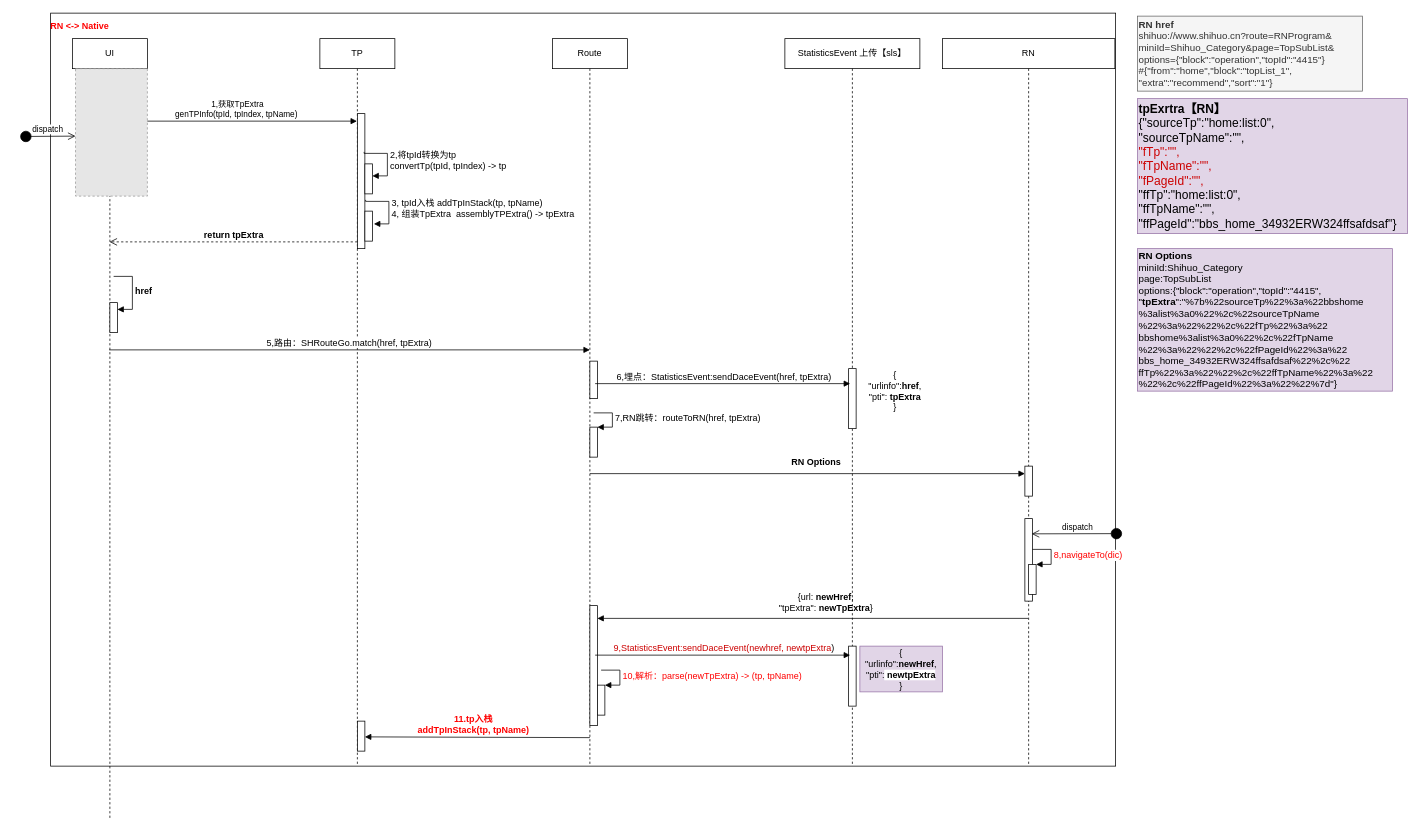
Above: ios客户端埋点方案V2-2.drawio in aiquantong/Hero (draw.io), before the change. Source tidied: cells renumbered, new cells numbered last; positions are measured from the earlier drawing's top-left corner, leaving out a move shared by most shapes. Both pictures are drawn from the tidied source at 75%, with x=0, y=0 at pixel (20, 13). Pictures stored in the file or linked from it are replaced by grey dashed boxes.
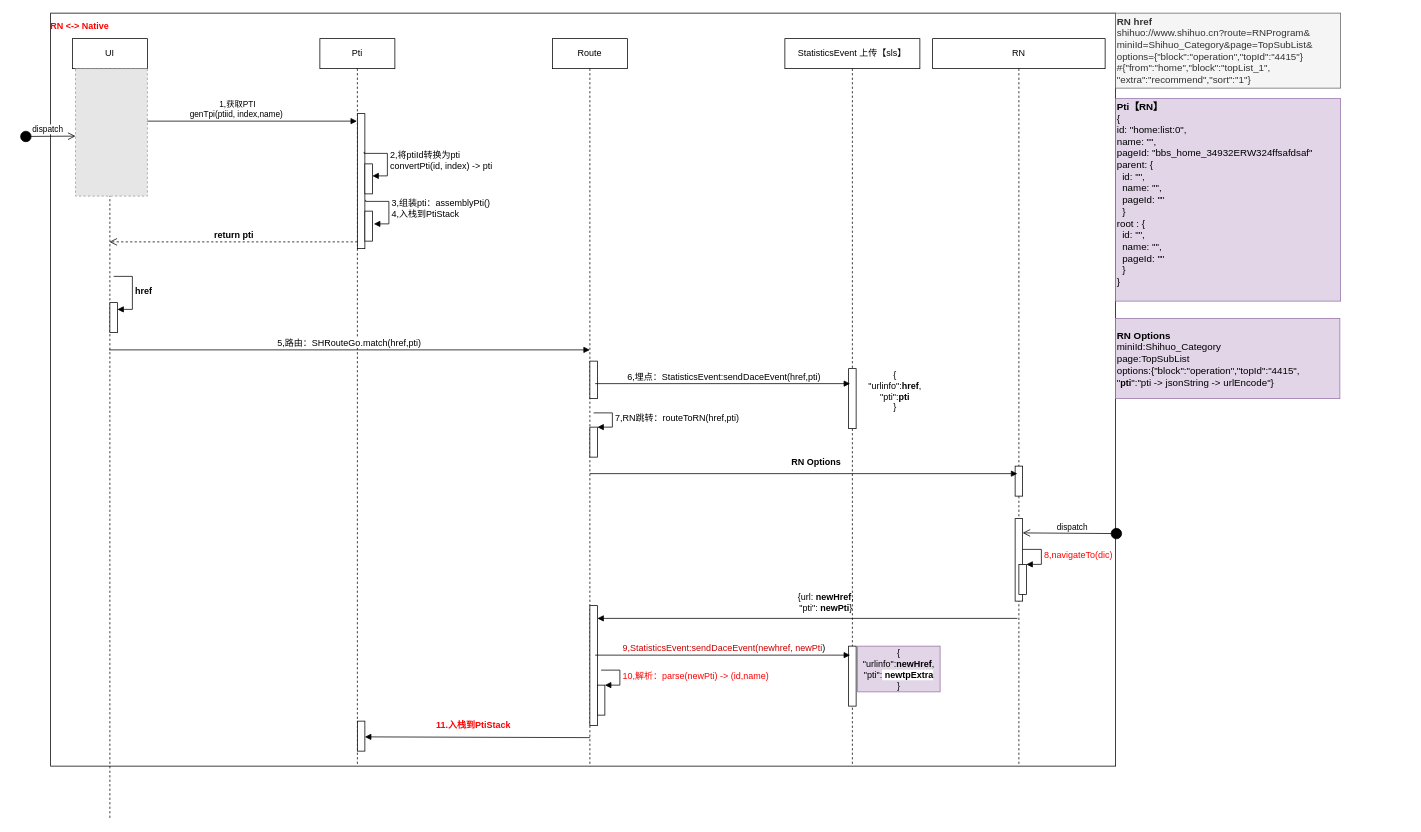
After the change.

Commit message:
Update ios客户端埋点方案V2-2.drawio

Unchanged cells that the change refers to:
```xml
<mxCell id="3" value="UI" style="shape=umlLifeline;perimeter=lifelinePerimeter;whiteSpace=wrap;html=1;outlineConnect=0;" parent="1" vertex="1">
  <mxGeometry x="70" y="34" width="100" height="1040" as="geometry" />
</mxCell>
<mxCell id="8" style="html=1;points=[];perimeter=orthogonalPerimeter;fontSize=12;" parent="7" vertex="1">
  <mxGeometry x="50" y="100" width="10" height="180" as="geometry" />
</mxCell>
<mxCell id="14" value="Route" style="shape=umlLifeline;perimeter=lifelinePerimeter;whiteSpace=wrap;html=1;" parent="1" vertex="1">
  <mxGeometry x="710" y="34" width="100" height="970" as="geometry" />
</mxCell>
<mxCell id="16" style="html=1;points=[];perimeter=orthogonalPerimeter;fontSize=12;align=left;" parent="14" vertex="1">
  <mxGeometry x="50" y="518" width="10" height="40" as="geometry" />
</mxCell>
<mxCell id="19" style="html=1;points=[];perimeter=orthogonalPerimeter;fontSize=12;fontColor=#FF0000;align=left;" parent="14" vertex="1">
  <mxGeometry x="60" y="862" width="10" height="40" as="geometry" />
</mxCell>
<mxCell id="32" style="html=1;points=[];perimeter=orthogonalPerimeter;fontSize=12;align=left;" parent="30" vertex="1">
  <mxGeometry x="110" y="640" width="10" height="110" as="geometry" />
</mxCell>
```

Diff of the diagram source:
```diff
@@
-    <mxCell id="7" value="TP" style="shape=umlLifeline;perimeter=lifelinePerimeter;whiteSpace=wrap;html=1;outlineConnect=0;" parent="1" vertex="1">
+    <mxCell id="7" value="Pti" style="shape=umlLifeline;perimeter=lifelinePerimeter;whiteSpace=wrap;html=1;outlineConnect=0;" parent="1" vertex="1">
       <mxGeometry x="400" y="34" width="100" height="970" as="geometry" />
     </mxCell>
@@
-    <mxCell id="10" value="2,将tpId转换为tp&lt;br&gt;convertTp(tpId, tpIndex) -&amp;gt; tp&amp;nbsp;" style="edgeStyle=orthogonalEdgeStyle;html=1;align=left;spacingLeft=2;endArrow=block;rounded=0;entryX=1;entryY=0;fontSize=12;exitX=0.9;exitY=0.292;exitDx=0;exitDy=0;exitPerimeter=0;" parent="7" edge="1">
+    <mxCell id="10" value="2,将ptiId转换为pti&lt;br&gt;convertPti(id, index) -&amp;gt; pti&amp;nbsp;" style="edgeStyle=orthogonalEdgeStyle;html=1;align=left;spacingLeft=2;endArrow=block;rounded=0;entryX=1;entryY=0;fontSize=12;exitX=0.9;exitY=0.292;exitDx=0;exitDy=0;exitPerimeter=0;" parent="7" edge="1">
       <mxGeometry relative="1" as="geometry">
         <mxPoint x="59" y="151" as="sourcePoint" />
         <mxPoint x="70" y="183" as="targetPoint" />
         <Array as="points">
           <mxPoint x="59" y="153" />
           <mxPoint x="90" y="153" />
           <mxPoint x="90" y="183" />
         </Array>
       </mxGeometry>
     </mxCell>
@@
-    <mxCell id="12" value="1,获取TpExtra&lt;br&gt;genTPInfo(tpId, tpIndex, tpName)&amp;nbsp;" style="html=1;verticalAlign=bottom;endArrow=block;" parent="1" edge="1" target="7">
+    <mxCell id="12" value="1,获取PTI&lt;br&gt;genTpi(ptiid, index,name)&amp;nbsp;" style="html=1;verticalAlign=bottom;endArrow=block;" parent="1" edge="1" target="7">
       <mxGeometry relative="1" as="geometry">
         <mxPoint x="130" y="144" as="sourcePoint" />
       </mxGeometry>
     </mxCell>
-    <mxCell id="13" value="&lt;b&gt;return tpExtra&lt;/b&gt;" style="html=1;verticalAlign=bottom;endArrow=open;dashed=1;endSize=8;exitX=0;exitY=0.95;fontSize=12;" parent="1" edge="1" source="8" target="3">
+    <mxCell id="13" value="&lt;b&gt;return pti&lt;/b&gt;" style="html=1;verticalAlign=bottom;endArrow=open;dashed=1;endSize=8;exitX=0;exitY=0.95;fontSize=12;" parent="1" edge="1" source="8" target="3">
       <mxGeometry relative="1" as="geometry" />
     </mxCell>
@@
-    <mxCell id="17" value="7,RN跳转：routeToRN(href, tpExtra)" style="edgeStyle=orthogonalEdgeStyle;html=1;align=left;spacingLeft=2;endArrow=block;rounded=0;entryX=1;entryY=0;fontSize=12;" parent="14" edge="1" target="16">
+    <mxCell id="17" value="7,RN跳转：routeToRN(href,pti)" style="edgeStyle=orthogonalEdgeStyle;html=1;align=left;spacingLeft=2;endArrow=block;rounded=0;entryX=1;entryY=0;fontSize=12;" parent="14" edge="1" target="16">
       <mxGeometry relative="1" as="geometry">
         <mxPoint x="55" y="499" as="sourcePoint" />
         <Array as="points">
           <mxPoint x="80" y="499" />
         </Array>
       </mxGeometry>
     </mxCell>
@@
-    <mxCell id="20" value="10,解析：parse(newTpExtra) -&amp;gt; (tp, tpName)" style="edgeStyle=orthogonalEdgeStyle;html=1;align=left;spacingLeft=2;endArrow=block;rounded=0;entryX=1;entryY=0;fontSize=12;fontColor=#FF0000;" parent="14" edge="1" target="19">
+    <mxCell id="20" value="10,解析：parse(newPti) -&amp;gt; (id,name)" style="edgeStyle=orthogonalEdgeStyle;html=1;align=left;spacingLeft=2;endArrow=block;rounded=0;entryX=1;entryY=0;fontSize=12;fontColor=#FF0000;" parent="14" edge="1" target="19">
       <mxGeometry relative="1" as="geometry">
         <mxPoint x="65" y="842" as="sourcePoint" />
         <Array as="points">
           <mxPoint x="90" y="842" />
         </Array>
       </mxGeometry>
     </mxCell>
-    <mxCell id="21" value="5,路由：SHRouteGo.match(href, tpExtra)" style="html=1;verticalAlign=bottom;endArrow=block;entryX=0;entryY=0;fontSize=12;" parent="1" edge="1">
+    <mxCell id="21" value="5,路由：SHRouteGo.match(href,pti)" style="html=1;verticalAlign=bottom;endArrow=block;entryX=0;entryY=0;fontSize=12;" parent="1" edge="1">
       <mxGeometry relative="1" as="geometry">
         <mxPoint x="119.1" y="449" as="sourcePoint" />
         <mxPoint x="760" y="449" as="targetPoint" />
       </mxGeometry>
     </mxCell>
@@
-    <mxCell id="25" value="&amp;nbsp;6,埋点：StatisticsEvent:sendDaceEvent(href, tpExtra)" style="html=1;verticalAlign=bottom;endArrow=block;fontSize=12;" parent="1" edge="1">
+    <mxCell id="25" value="&amp;nbsp;6,埋点：StatisticsEvent:sendDaceEvent(href,pti)" style="html=1;verticalAlign=bottom;endArrow=block;fontSize=12;" parent="1" edge="1">
       <mxGeometry relative="1" as="geometry">
         <mxPoint x="767" y="494" as="sourcePoint" />
         <mxPoint x="1107" y="494" as="targetPoint" />
       </mxGeometry>
     </mxCell>
-    <mxCell id="26" value="{&lt;br&gt;&quot;urlinfo&quot;:&lt;b&gt;href&lt;/b&gt;,&lt;br&gt;&quot;pti&quot;:&lt;span style=&quot;background-color: rgb(255 , 255 , 255)&quot;&gt;&amp;nbsp;&lt;b&gt;tpExtra&lt;/b&gt;&lt;/span&gt;&lt;br&gt;}" style="text;html=1;strokeColor=none;fillColor=none;align=center;verticalAlign=middle;whiteSpace=wrap;rounded=0;fontSize=12;" parent="1" vertex="1">
+    <mxCell id="26" value="{&lt;br&gt;&quot;urlinfo&quot;:&lt;b&gt;href&lt;/b&gt;,&lt;br&gt;&quot;pti&quot;:&lt;span style=&quot;background-color: rgb(255 , 255 , 255)&quot;&gt;&lt;b&gt;pti&lt;/b&gt;&lt;/span&gt;&lt;br&gt;}" style="text;html=1;strokeColor=none;fillColor=none;align=center;verticalAlign=middle;whiteSpace=wrap;rounded=0;fontSize=12;" parent="1" vertex="1">
       <mxGeometry x="1117" y="474" width="100" height="60" as="geometry" />
     </mxCell>
@@
-    <mxCell id="28" value="3, tpId入栈 addTpInStack(tp, tpName)&amp;nbsp;&lt;br&gt;4, 组装TpExtra&amp;nbsp; assemblyTPExtra() -&amp;gt; tpExtra&amp;nbsp;" style="edgeStyle=orthogonalEdgeStyle;html=1;align=left;spacingLeft=2;endArrow=block;rounded=0;entryX=1;entryY=0;fontSize=12;exitX=0.9;exitY=0.292;exitDx=0;exitDy=0;exitPerimeter=0;" parent="1" edge="1">
+    <mxCell id="28" value="3,组装pti：assemblyPti()&amp;nbsp;&lt;br&gt;4,入栈到PtiStack" style="edgeStyle=orthogonalEdgeStyle;html=1;align=left;spacingLeft=2;endArrow=block;rounded=0;entryX=1;entryY=0;fontSize=12;exitX=0.9;exitY=0.292;exitDx=0;exitDy=0;exitPerimeter=0;" parent="1" edge="1">
       <mxGeometry relative="1" as="geometry">
         <mxPoint x="461" y="249" as="sourcePoint" />
         <mxPoint x="472" y="281" as="targetPoint" />
         <Array as="points">
           <mxPoint x="461" y="251" />
           <mxPoint x="492" y="251" />
           <mxPoint x="492" y="281" />
         </Array>
       </mxGeometry>
     </mxCell>
@@
     <mxCell id="30" value="RN" style="shape=umlLifeline;perimeter=lifelinePerimeter;whiteSpace=wrap;html=1;" parent="1" vertex="1">
-      <mxGeometry x="1230" y="34" width="230" height="970" as="geometry" />
+      <mxGeometry x="1217" y="34" width="230" height="970" as="geometry" />
     </mxCell>
@@
-    <mxCell id="35" value="&lt;span style=&quot;font-size: 13px;&quot;&gt;&lt;b style=&quot;font-size: 13px;&quot;&gt;RN Options&lt;/b&gt;&lt;br style=&quot;font-size: 13px;&quot;&gt;miniId:Shihuo_Category&lt;/span&gt;&lt;br style=&quot;padding: 0px; margin: 0px; font-size: 13px;&quot;&gt;&lt;span style=&quot;font-size: 13px;&quot;&gt;page:TopSubList&lt;/span&gt;&lt;br style=&quot;padding: 0px; margin: 0px; font-size: 13px;&quot;&gt;&lt;span style=&quot;font-size: 13px;&quot;&gt;options:{&quot;block&quot;:&quot;operation&quot;,&quot;topId&quot;:&quot;4415&quot;,&lt;/span&gt;&lt;br style=&quot;padding: 0px; margin: 0px; font-size: 13px;&quot;&gt;&lt;span style=&quot;font-size: 13px;&quot;&gt;&quot;&lt;b style=&quot;font-size: 13px;&quot;&gt;tpExtra&lt;/b&gt;&quot;:&quot;%7b%22sourceTp%22%3a%22bbshome&lt;/span&gt;&lt;br style=&quot;padding: 0px; margin: 0px; font-size: 13px;&quot;&gt;&lt;span style=&quot;font-size: 13px;&quot;&gt;%3alist%3a0%22%2c%22sourceTpName&lt;/span&gt;&lt;br style=&quot;padding: 0px; margin: 0px; font-size: 13px;&quot;&gt;&lt;span style=&quot;font-size: 13px;&quot;&gt;%22%3a%22%22%2c%22fTp%22%3a%22&lt;/span&gt;&lt;br style=&quot;padding: 0px; margin: 0px; font-size: 13px;&quot;&gt;&lt;span style=&quot;font-size: 13px;&quot;&gt;bbshome%3alist%3a0%22%2c%22fTpName&lt;/span&gt;&lt;br style=&quot;padding: 0px; margin: 0px; font-size: 13px;&quot;&gt;&lt;span style=&quot;font-size: 13px;&quot;&gt;%22%3a%22%22%2c%22fPageId%22%3a%22&lt;/span&gt;&lt;br style=&quot;padding: 0px; margin: 0px; font-size: 13px;&quot;&gt;&lt;span style=&quot;font-size: 13px;&quot;&gt;bbs_home_34932ERW324ffsafdsaf%22%2c%22&lt;/span&gt;&lt;br style=&quot;padding: 0px; margin: 0px; font-size: 13px;&quot;&gt;&lt;span style=&quot;font-size: 13px;&quot;&gt;ffTp%22%3a%22%22%2c%22ffTpName%22%3a%22&lt;/span&gt;&lt;br style=&quot;padding: 0px; margin: 0px; font-size: 13px;&quot;&gt;&lt;span style=&quot;font-size: 13px;&quot;&gt;%22%2c%22ffPageId%22%3a%22%22%7d&quot;}&lt;/span&gt;" style="text;html=1;strokeColor=#9673a6;fillColor=#e1d5e7;align=left;verticalAlign=middle;whiteSpace=wrap;rounded=0;fontSize=13;" parent="1" vertex="1">
-      <mxGeometry x="1490" y="314" width="340" height="190" as="geometry" />
+    <mxCell id="35" value="&lt;span style=&quot;font-size: 13px&quot;&gt;&lt;b style=&quot;font-size: 13px&quot;&gt;RN Options&lt;/b&gt;&lt;br style=&quot;font-size: 13px&quot;&gt;miniId:Shihuo_Category&lt;/span&gt;&lt;br style=&quot;padding: 0px ; margin: 0px ; font-size: 13px&quot;&gt;&lt;span style=&quot;font-size: 13px&quot;&gt;page:TopSubList&lt;/span&gt;&lt;br style=&quot;padding: 0px ; margin: 0px ; font-size: 13px&quot;&gt;&lt;span style=&quot;font-size: 13px&quot;&gt;options:{&quot;block&quot;:&quot;operation&quot;,&quot;topId&quot;:&quot;4415&quot;,&lt;/span&gt;&lt;br style=&quot;padding: 0px ; margin: 0px ; font-size: 13px&quot;&gt;&quot;&lt;font style=&quot;font-size: 12px&quot;&gt;&lt;b&gt;p&lt;/b&gt;&lt;b&gt;ti&lt;/b&gt;&lt;/font&gt;&lt;span style=&quot;font-size: 13px&quot;&gt;&quot;:&quot;pti -&amp;gt; jsonString -&amp;gt; urlEncode&lt;/span&gt;&lt;span style=&quot;font-size: 13px&quot;&gt;&quot;}&lt;/span&gt;" style="text;html=1;strokeColor=#9673a6;fillColor=#e1d5e7;align=left;verticalAlign=middle;whiteSpace=wrap;rounded=0;fontSize=13;" parent="1" vertex="1">
+      <mxGeometry x="1461" y="407" width="299" height="107" as="geometry" />
     </mxCell>
-    <mxCell id="36" style="html=1;verticalAlign=bottom;endArrow=block;fontSize=12;entryX=0;entryY=0.923;entryDx=0;entryDy=0;entryPerimeter=0;" parent="1" edge="1">
+    <mxCell id="36" style="html=1;verticalAlign=bottom;endArrow=block;fontSize=12;" parent="1" edge="1">
       <mxGeometry relative="1" as="geometry">
         <mxPoint x="760" y="614" as="sourcePoint" />
-        <mxPoint x="1340" y="614" as="targetPoint" />
+        <mxPoint x="1330" y="614" as="targetPoint" />
       </mxGeometry>
     </mxCell>
     <mxCell id="37" style="endArrow=none;startArrow=block;endFill=0;startFill=1;html=1;fontSize=12;fontColor=#FF0000;" parent="1" edge="1">
       <mxGeometry relative="1" as="geometry">
         <mxPoint x="770" y="807" as="sourcePoint" />
-        <mxPoint x="1344.5" y="807" as="targetPoint" />
+        <mxPoint x="1330" y="807" as="targetPoint" />
       </mxGeometry>
     </mxCell>
-    <mxCell id="38" value="dispatch" style="html=1;verticalAlign=bottom;startArrow=circle;startFill=1;endArrow=open;startSize=6;endSize=8;entryX=0.912;entryY=0.209;entryDx=0;entryDy=0;entryPerimeter=0;" parent="1" edge="1">
+    <mxCell id="38" value="dispatch" style="html=1;verticalAlign=bottom;startArrow=circle;startFill=1;endArrow=open;startSize=6;endSize=8;entryX=1;entryY=0.173;entryDx=0;entryDy=0;entryPerimeter=0;" parent="1" edge="1" target="32">
       <mxGeometry relative="1" as="geometry">
         <mxPoint x="1470" y="694" as="sourcePoint" />
-        <mxPoint x="1349.1" y="694.3" as="targetPoint" />
       </mxGeometry>
     </mxCell>
-    <mxCell id="39" value="&lt;span style=&quot;text-align: left&quot;&gt;{url: &lt;b&gt;newHref&lt;/b&gt;&lt;/span&gt;&lt;span style=&quot;text-align: left&quot;&gt;,&lt;br&gt;&quot;tpExtra&quot;: &lt;b&gt;newTpExtra&lt;/b&gt;&lt;/span&gt;&lt;span style=&quot;text-align: left&quot;&gt;}&lt;/span&gt;" style="text;html=1;strokeColor=none;fillColor=none;align=center;verticalAlign=middle;whiteSpace=wrap;rounded=0;fontSize=12;" parent="1" vertex="1">
+    <mxCell id="39" value="&lt;span style=&quot;text-align: left&quot;&gt;{url: &lt;b&gt;newHref&lt;/b&gt;&lt;/span&gt;&lt;span style=&quot;text-align: left&quot;&gt;,&lt;br&gt;&quot;pti&quot;: &lt;b&gt;newPti&lt;/b&gt;&lt;/span&gt;&lt;span style=&quot;text-align: left&quot;&gt;}&lt;/span&gt;" style="text;html=1;strokeColor=none;fillColor=none;align=center;verticalAlign=middle;whiteSpace=wrap;rounded=0;fontSize=12;" parent="1" vertex="1">
       <mxGeometry x="840" y="766" width="470" height="40" as="geometry" />
     </mxCell>
@@
-    <mxCell id="41" value="11.tp入栈&#10;addTpInStack(tp, tpName)" style="text;align=center;fontStyle=1;verticalAlign=middle;spacingLeft=3;spacingRight=3;strokeColor=none;fontSize=12;fontColor=#FF0000;" parent="1" vertex="1">
+    <mxCell id="41" value="11.入栈到PtiStack" style="text;align=center;fontStyle=1;verticalAlign=middle;spacingLeft=3;spacingRight=3;strokeColor=none;fontSize=12;fontColor=#FF0000;" parent="1" vertex="1">
       <mxGeometry x="489.8" y="930" width="230.5" height="36" as="geometry" />
     </mxCell>
     <mxCell id="42" value="{&lt;br&gt;&quot;urlinfo&quot;:&lt;b&gt;newHref&lt;/b&gt;,&lt;br&gt;&quot;pti&quot;:&lt;span style=&quot;background-color: rgb(255 , 255 , 255)&quot;&gt;&amp;nbsp;&lt;b&gt;newtpExtra&lt;/b&gt;&lt;/span&gt;&lt;br&gt;}" style="text;html=1;strokeColor=#9673a6;fillColor=#e1d5e7;align=center;verticalAlign=middle;whiteSpace=wrap;rounded=0;fontSize=12;" parent="1" vertex="1">
-      <mxGeometry x="1120" y="844" width="110" height="61" as="geometry" />
+      <mxGeometry x="1117" y="844" width="110" height="61" as="geometry" />
     </mxCell>
-    <mxCell id="43" value="&amp;nbsp;&lt;font color=&quot;#cc0000&quot;&gt;9,StatisticsEvent:sendDaceEvent(newhref, newtpExtra&lt;/font&gt;)" style="html=1;verticalAlign=bottom;endArrow=block;fontSize=12;" parent="1" edge="1">
+    <mxCell id="43" value="&amp;nbsp;&lt;font color=&quot;#cc0000&quot;&gt;9,StatisticsEvent:sendDaceEvent(newhref, newPti&lt;/font&gt;)" style="html=1;verticalAlign=bottom;endArrow=block;fontSize=12;" parent="1" edge="1">
       <mxGeometry relative="1" as="geometry">
         <mxPoint x="767" y="856" as="sourcePoint" />
         <mxPoint x="1107" y="856" as="targetPoint" />
       </mxGeometry>
     </mxCell>
@@
     <mxCell id="45" value="&lt;span style=&quot;font-size: 13px;&quot;&gt;&lt;b style=&quot;font-size: 13px;&quot;&gt;RN href&lt;/b&gt;&lt;/span&gt;&lt;br style=&quot;padding: 0px; margin: 0px; font-size: 13px;&quot;&gt;&lt;span style=&quot;font-size: 13px;&quot;&gt;shihuo://www.shihuo.cn?route=RNProgram&amp;amp;&lt;/span&gt;&lt;br style=&quot;padding: 0px; margin: 0px; font-size: 13px;&quot;&gt;&lt;span style=&quot;font-size: 13px;&quot;&gt;miniId=Shihuo_Category&amp;amp;page=TopSubList&amp;amp;&lt;/span&gt;&lt;br style=&quot;padding: 0px; margin: 0px; font-size: 13px;&quot;&gt;&lt;span style=&quot;font-size: 13px;&quot;&gt;options={&quot;block&quot;:&quot;operation&quot;,&quot;topId&quot;:&quot;4415&quot;}&lt;/span&gt;&lt;br style=&quot;padding: 0px; margin: 0px; font-size: 13px;&quot;&gt;&lt;span style=&quot;font-size: 13px;&quot;&gt;#{&quot;from&quot;:&quot;home&quot;,&quot;block&quot;:&quot;topList_1&quot;,&lt;/span&gt;&lt;br style=&quot;padding: 0px; margin: 0px; font-size: 13px;&quot;&gt;&lt;span style=&quot;font-size: 13px;&quot;&gt;&quot;extra&quot;:&quot;recommend&quot;,&quot;sort&quot;:&quot;1&quot;}&lt;/span&gt;" style="rounded=0;whiteSpace=wrap;html=1;align=left;fillColor=#f5f5f5;strokeColor=#666666;fontColor=#333333;fontSize=13;" parent="1" vertex="1">
-      <mxGeometry x="1490" y="4" width="300" height="100" as="geometry" />
+      <mxGeometry x="1461" width="300" height="100" as="geometry" />
     </mxCell>
@@
-    <mxCell id="47" value="&lt;div style=&quot;font-size: 16px&quot;&gt;&lt;b&gt;&lt;font style=&quot;font-size: 16px&quot;&gt;tpExrtra【RN】&lt;/font&gt;&lt;/b&gt;&lt;/div&gt;&lt;div style=&quot;font-size: 16px&quot;&gt;&lt;font style=&quot;font-size: 16px&quot;&gt;{&quot;sourceTp&quot;:&quot;home&lt;span&gt;:list:0&quot;,&lt;/span&gt;&lt;/font&gt;&lt;/div&gt;&lt;div style=&quot;font-size: 16px&quot;&gt;&lt;font style=&quot;font-size: 16px&quot;&gt;&lt;span&gt;&quot;sourceTpName&lt;/span&gt;&lt;span&gt;&quot;:&quot;&quot;,&lt;/span&gt;&lt;/font&gt;&lt;/div&gt;&lt;div style=&quot;font-size: 16px&quot;&gt;&lt;font style=&quot;font-size: 16px&quot; color=&quot;#cc0000&quot;&gt;&lt;span&gt;&quot;fTp&quot;:&quot;&lt;/span&gt;&lt;span&gt;&quot;,&lt;/span&gt;&lt;/font&gt;&lt;/div&gt;&lt;div style=&quot;font-size: 16px&quot;&gt;&lt;font style=&quot;font-size: 16px&quot; color=&quot;#cc0000&quot;&gt;&lt;span&gt;&quot;fTpName&lt;/span&gt;&lt;span&gt;&quot;:&quot;&quot;,&lt;/span&gt;&lt;/font&gt;&lt;/div&gt;&lt;div style=&quot;font-size: 16px&quot;&gt;&lt;font style=&quot;font-size: 16px&quot; color=&quot;#cc0000&quot;&gt;&lt;span&gt;&quot;fPageId&quot;:&quot;&lt;/span&gt;&lt;span&gt;&quot;,&lt;/span&gt;&lt;/font&gt;&lt;/div&gt;&lt;div style=&quot;font-size: 16px&quot;&gt;&lt;font style=&quot;font-size: 16px&quot;&gt;&lt;span&gt;&quot;&lt;/span&gt;&lt;span&gt;ffTp&quot;:&quot;home:list:0&quot;,&lt;/span&gt;&lt;/font&gt;&lt;/div&gt;&lt;div style=&quot;font-size: 16px&quot;&gt;&lt;font style=&quot;font-size: 16px&quot;&gt;&quot;ffTpName&quot;:&quot;&lt;span&gt;&quot;,&lt;/span&gt;&lt;/font&gt;&lt;/div&gt;&lt;font style=&quot;font-size: 16px&quot;&gt;&quot;ffPageId&quot;:&quot;bbs_home_34932ERW324ffsafdsaf&quot;}&lt;/font&gt;" style="text;html=1;strokeColor=#9673a6;fillColor=#e1d5e7;align=left;verticalAlign=middle;whiteSpace=wrap;rounded=0;fontSize=12;" parent="1" vertex="1">
-      <mxGeometry x="1490" y="114" width="360" height="180" as="geometry" />
+    <mxCell id="47" value="&lt;font style=&quot;font-size: 13px&quot;&gt;&lt;b&gt;Pti&lt;/b&gt;&lt;b&gt;【RN】&lt;br&gt;&lt;/b&gt;&lt;/font&gt;&lt;div style=&quot;font-size: 13px&quot;&gt;&lt;div&gt;&lt;font style=&quot;font-size: 13px&quot;&gt;{&lt;br&gt;&lt;/font&gt;&lt;/div&gt;&lt;div&gt;&lt;div&gt;&lt;font style=&quot;font-size: 13px&quot;&gt;id: &quot;home:list:0&quot;,&lt;/font&gt;&lt;/div&gt;&lt;div&gt;&lt;font style=&quot;font-size: 13px&quot;&gt;name: &quot;&quot;,&lt;/font&gt;&lt;/div&gt;&lt;div&gt;&lt;font style=&quot;font-size: 13px&quot;&gt;pageId: &quot;bbs_home_34932ERW324ffsafdsaf&quot;&lt;/font&gt;&lt;/div&gt;&lt;div&gt;&lt;font style=&quot;font-size: 13px&quot;&gt;parent: {&lt;/font&gt;&lt;/div&gt;&lt;div&gt;&lt;font style=&quot;font-size: 13px&quot;&gt;&amp;nbsp; id: &quot;&quot;,&lt;/font&gt;&lt;/div&gt;&lt;div&gt;&lt;font style=&quot;font-size: 13px&quot;&gt;&amp;nbsp; name: &quot;&quot;,&lt;/font&gt;&lt;/div&gt;&lt;div&gt;&lt;font style=&quot;font-size: 13px&quot;&gt;&amp;nbsp; pageId: &quot;&quot;&lt;/font&gt;&lt;/div&gt;&lt;div&gt;&lt;font style=&quot;font-size: 13px&quot;&gt;&amp;nbsp; }&lt;/font&gt;&lt;/div&gt;&lt;div&gt;&lt;font style=&quot;font-size: 13px&quot;&gt;root : {&lt;/font&gt;&lt;/div&gt;&lt;div&gt;&lt;div&gt;&lt;font style=&quot;font-size: 13px&quot;&gt;&amp;nbsp; id: &quot;&quot;,&lt;/font&gt;&lt;/div&gt;&lt;div&gt;&lt;font style=&quot;font-size: 13px&quot;&gt;&amp;nbsp; name: &quot;&quot;,&lt;/font&gt;&lt;/div&gt;&lt;div&gt;&lt;font style=&quot;font-size: 13px&quot;&gt;&amp;nbsp; pageId: &quot;&quot;&lt;/font&gt;&lt;/div&gt;&lt;/div&gt;&lt;div&gt;&lt;font style=&quot;font-size: 13px&quot;&gt;&amp;nbsp; }&lt;/font&gt;&lt;/div&gt;&lt;div&gt;&lt;font style=&quot;font-size: 13px&quot;&gt;}&lt;/font&gt;&lt;/div&gt;&lt;/div&gt;&lt;div&gt;&lt;br&gt;&lt;/div&gt;&lt;/div&gt;" style="text;html=1;strokeColor=#9673a6;fillColor=#e1d5e7;align=left;verticalAlign=middle;whiteSpace=wrap;rounded=0;fontSize=12;" parent="1" vertex="1">
+      <mxGeometry x="1461" y="114" width="300" height="270" as="geometry" />
     </mxCell>
```
